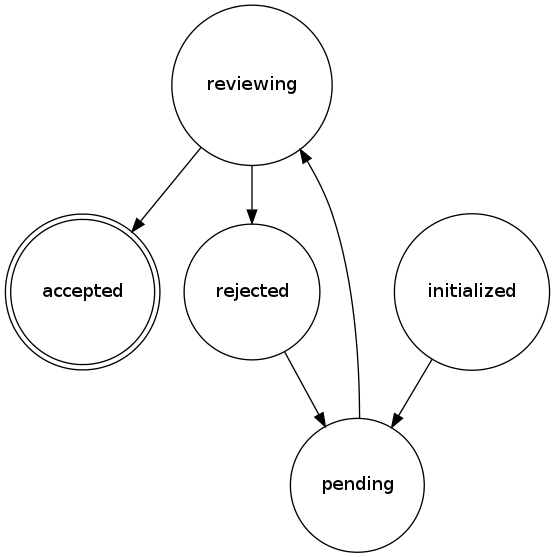
Before: report/fig/labgroup/state-machine.png, a diagram exported from Graphviz (water/resources). Its source is kept beside it as report/fig/labgroup/state-machine.dot. Source of this version:
```dot
digraph G {
  accepted [shape=doublecircle]
  node [shape=circle]
  reviewing
  pending
  rejected
  initialized

  initialized -> pending
  rejected -> pending

  reviewing -> accepted

  reviewing -> rejected

  pending -> reviewing
}
```
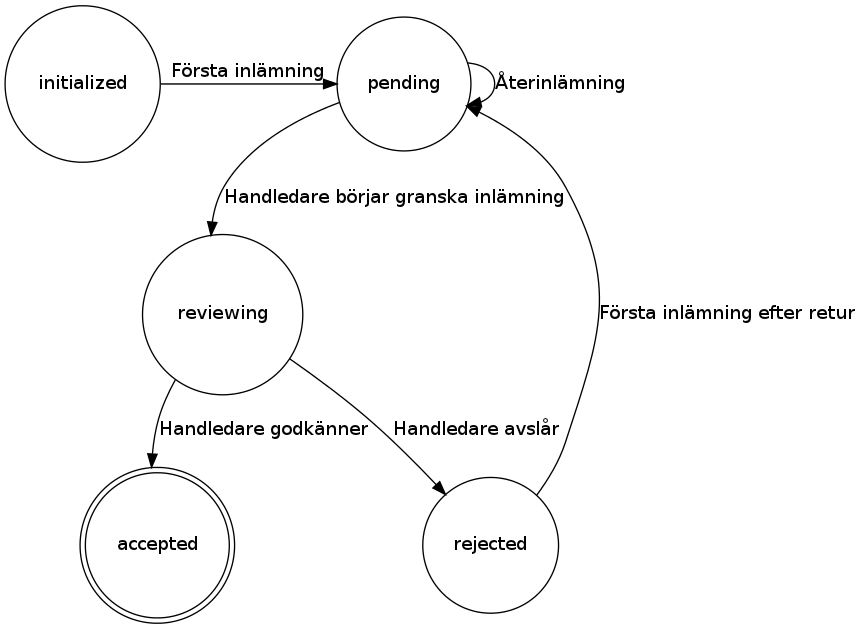
The same diagram one commit later.

Commit message:
New attempt on state machine image

What changed in the source:
```diff
@@ -1,17 +1,18 @@
 digraph G {
+  node [shape=circle]
+  initialized
+  pending
+  reviewing
   accepted [shape=doublecircle]
-  node [shape=circle]
-  reviewing
-  pending
   rejected
-  initialized
 
-  initialized -> pending
-  rejected -> pending
+  initialized -> pending [ label = "Första inlämning" ][constraint=false]
+  rejected -> pending [ label = "Första inlämning efter retur" ]
 
-  reviewing -> accepted
+  reviewing -> accepted [ label = "Handledare godkänner" ]
+  reviewing -> rejected [ label = "Handledare avslår" ]
 
-  reviewing -> rejected
+  pending -> reviewing [ label = "Handledare börjar granska inlämning" ]
 
-  pending -> reviewing
+  pending -> pending     [ label = "Återinlämning" ]
 }
```
